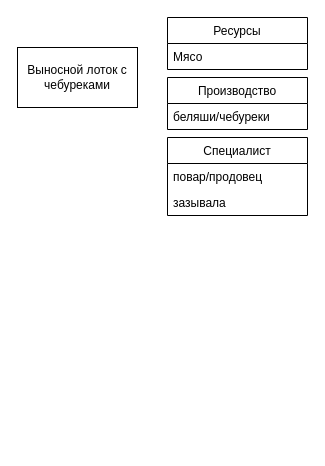
Earlier version of the draw.io diagram libs/Mafia.drawio (PhoenixVRN/Mafia). Source tidied: cells renumbered, new cells numbered last; positions are measured from the earlier drawing's top-left corner, leaving out a move shared by most shapes. Both pictures are drawn from the tidied source at 100%, with x=0, y=0 at pixel (17, 17).
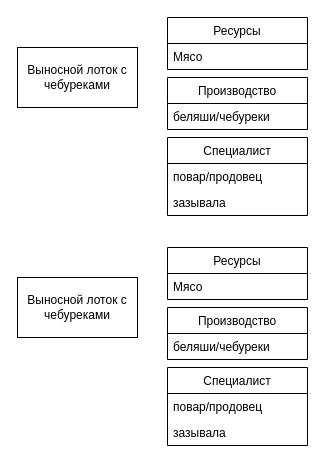
Above is the later version.

Diff of the diagram source:
```diff
@@
 <mxGraphModel>
   <root>
     <mxCell id="0" />
     <mxCell id="1" parent="0" />
     <mxCell id="2" value="&lt;p class=&quot;MsoNormal&quot;&gt;Выносной лоток с чебуреками&lt;/p&gt;" style="rounded=0;whiteSpace=wrap;html=1;" parent="1" vertex="1">
       <mxGeometry y="30" width="120" height="60" as="geometry" />
     </mxCell>
     <mxCell id="3" value="Ресурсы" style="swimlane;fontStyle=0;horizontal=1;startSize=26;fillColor=none;" parent="1" vertex="1">
       <mxGeometry x="150" width="140" height="52" as="geometry" />
     </mxCell>
     <mxCell id="4" value="Мясо" style="text;strokeColor=none;fillColor=none;align=left;verticalAlign=top;spacingLeft=4;spacingRight=4;overflow=hidden;" parent="3" vertex="1">
       <mxGeometry y="26" width="140" height="26" as="geometry" />
     </mxCell>
     <mxCell id="5" value="Производство" style="swimlane;fontStyle=0;horizontal=1;startSize=26;fillColor=none;" parent="1" vertex="1">
       <mxGeometry x="150" y="60" width="140" height="52" as="geometry" />
     </mxCell>
     <mxCell id="6" value="беляши/чебуреки" style="text;strokeColor=none;fillColor=none;align=left;verticalAlign=top;spacingLeft=4;spacingRight=4;overflow=hidden;" parent="5" vertex="1">
       <mxGeometry y="26" width="140" height="26" as="geometry" />
     </mxCell>
     <mxCell id="7" value="Специалист" style="swimlane;fontStyle=0;horizontal=1;startSize=26;fillColor=none;" parent="1" vertex="1">
       <mxGeometry x="150" y="120" width="140" height="78" as="geometry" />
     </mxCell>
     <mxCell id="8" value="повар/продовец" style="text;strokeColor=none;fillColor=none;align=left;verticalAlign=top;spacingLeft=4;spacingRight=4;overflow=hidden;" parent="7" vertex="1">
       <mxGeometry y="26" width="140" height="26" as="geometry" />
     </mxCell>
     <mxCell id="9" value="зазывала" style="text;strokeColor=none;fillColor=none;align=left;verticalAlign=top;spacingLeft=4;spacingRight=4;overflow=hidden;" parent="7" vertex="1">
       <mxGeometry y="52" width="140" height="26" as="geometry" />
     </mxCell>
+    <mxCell id="10" value="&lt;p class=&quot;MsoNormal&quot;&gt;Выносной лоток с чебуреками&lt;/p&gt;" style="rounded=0;whiteSpace=wrap;html=1;" parent="1" vertex="1">
+      <mxGeometry y="260" width="120" height="60" as="geometry" />
+    </mxCell>
+    <mxCell id="11" value="Ресурсы" style="swimlane;fontStyle=0;horizontal=1;startSize=26;fillColor=none;" parent="1" vertex="1">
+      <mxGeometry x="150" y="230" width="140" height="52" as="geometry" />
+    </mxCell>
+    <mxCell id="12" value="Мясо" style="text;strokeColor=none;fillColor=none;align=left;verticalAlign=top;spacingLeft=4;spacingRight=4;overflow=hidden;" parent="11" vertex="1">
+      <mxGeometry y="26" width="140" height="26" as="geometry" />
+    </mxCell>
+    <mxCell id="13" value="Производство" style="swimlane;fontStyle=0;horizontal=1;startSize=26;fillColor=none;" parent="1" vertex="1">
+      <mxGeometry x="150" y="290" width="140" height="52" as="geometry" />
+    </mxCell>
+    <mxCell id="14" value="беляши/чебуреки" style="text;strokeColor=none;fillColor=none;align=left;verticalAlign=top;spacingLeft=4;spacingRight=4;overflow=hidden;" parent="13" vertex="1">
+      <mxGeometry y="26" width="140" height="26" as="geometry" />
+    </mxCell>
+    <mxCell id="15" value="Специалист" style="swimlane;fontStyle=0;horizontal=1;startSize=26;fillColor=none;" parent="1" vertex="1">
+      <mxGeometry x="150" y="350" width="140" height="78" as="geometry" />
+    </mxCell>
+    <mxCell id="16" value="повар/продовец" style="text;strokeColor=none;fillColor=none;align=left;verticalAlign=top;spacingLeft=4;spacingRight=4;overflow=hidden;" parent="15" vertex="1">
+      <mxGeometry y="26" width="140" height="26" as="geometry" />
+    </mxCell>
+    <mxCell id="17" value="зазывала" style="text;strokeColor=none;fillColor=none;align=left;verticalAlign=top;spacingLeft=4;spacingRight=4;overflow=hidden;" parent="15" vertex="1">
+      <mxGeometry y="52" width="140" height="26" as="geometry" />
+    </mxCell>
   </root>
 </mxGraphModel>
```
